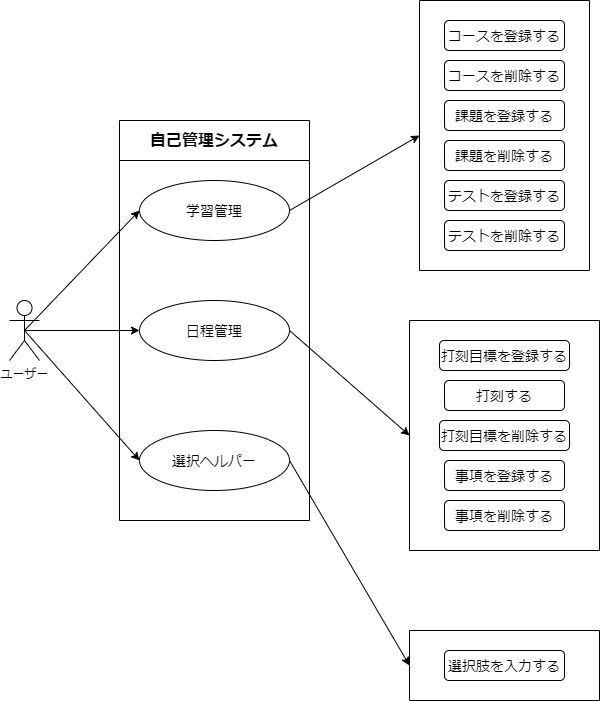
Above: Usecase.drawio.png in Hu-Hanxu/First-App-Self-Management- (draw.io), before the change. Source tidied: cells renumbered, new cells last; positions are measured from the earlier drawing's top-left corner, leaving out a move shared by most shapes.
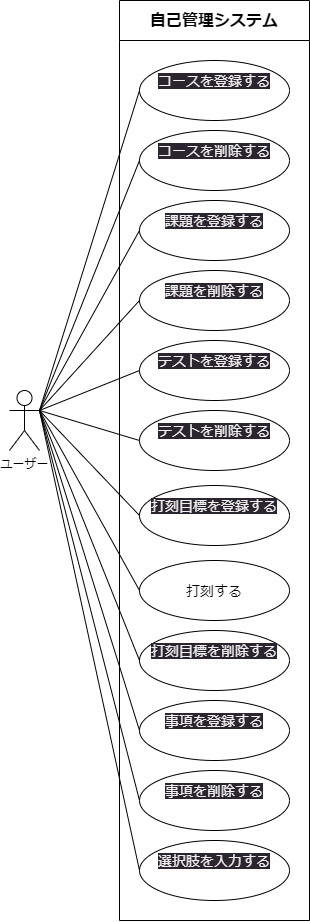
After the commit.

Commit message:
ユースケース図修正

What changed in the source:
```diff
@@ -2,83 +2,105 @@
   <root>
     <mxCell id="0" />
     <mxCell id="1" parent="0" />
-    <mxCell id="2" style="edgeStyle=none;html=1;exitX=0.5;exitY=0.5;exitDx=0;exitDy=0;exitPerimeter=0;entryX=0;entryY=0.5;entryDx=0;entryDy=0;fontSize=16;" parent="1" edge="1" source="5" target="7">
-      <mxGeometry relative="1" as="geometry" />
-    </mxCell>
-    <mxCell id="3" style="edgeStyle=none;html=1;exitX=0.5;exitY=0.5;exitDx=0;exitDy=0;exitPerimeter=0;entryX=0;entryY=0.5;entryDx=0;entryDy=0;fontSize=16;" parent="1" edge="1" source="5" target="8">
-      <mxGeometry relative="1" as="geometry" />
-    </mxCell>
-    <mxCell id="4" style="edgeStyle=none;html=1;exitX=0.5;exitY=0.5;exitDx=0;exitDy=0;exitPerimeter=0;entryX=0;entryY=0.5;entryDx=0;entryDy=0;fontSize=16;" parent="1" edge="1" source="5" target="9">
-      <mxGeometry relative="1" as="geometry" />
-    </mxCell>
     <mxCell id="5" value="ユーザー" style="shape=umlActor;verticalLabelPosition=bottom;verticalAlign=top;html=1;outlineConnect=0;" parent="1" vertex="1">
       <mxGeometry y="300" width="30" height="60" as="geometry" />
     </mxCell>
     <mxCell id="6" value="&lt;font style=&quot;font-size: 16px;&quot;&gt;自己管理システム&lt;/font&gt;" style="swimlane;whiteSpace=wrap;html=1;startSize=40;" parent="1" vertex="1">
-      <mxGeometry x="110" y="120" width="190" height="400" as="geometry" />
+      <mxGeometry x="110" y="-90" width="190" height="920" as="geometry" />
     </mxCell>
-    <mxCell id="7" value="&lt;font style=&quot;font-size: 14px;&quot;&gt;学習管理&lt;/font&gt;" style="ellipse;whiteSpace=wrap;html=1;fontSize=16;" parent="6" vertex="1">
+    <mxCell id="7" value="&#10;&lt;span style=&quot;color: rgb(240, 240, 240); font-family: Helvetica; font-size: 14px; font-style: normal; font-variant-ligatures: normal; font-variant-caps: normal; font-weight: 400; letter-spacing: normal; orphans: 2; text-align: center; text-indent: 0px; text-transform: none; widows: 2; word-spacing: 0px; -webkit-text-stroke-width: 0px; background-color: rgb(42, 37, 47); text-decoration-thickness: initial; text-decoration-style: initial; text-decoration-color: initial; float: none; display: inline !important;&quot;&gt;コースを登録する&lt;/span&gt;&#10;&#10;" style="ellipse;whiteSpace=wrap;html=1;fontSize=16;" parent="6" vertex="1">
       <mxGeometry x="20" y="60" width="150" height="60" as="geometry" />
     </mxCell>
-    <mxCell id="8" value="&lt;font style=&quot;font-size: 14px;&quot;&gt;日程管理&lt;/font&gt;" style="ellipse;whiteSpace=wrap;html=1;fontSize=16;" parent="6" vertex="1">
-      <mxGeometry x="20" y="180" width="150" height="60" as="geometry" />
+    <mxCell id="8" value="&#10;&lt;span style=&quot;color: rgb(240, 240, 240); font-family: Helvetica; font-size: 14px; font-style: normal; font-variant-ligatures: normal; font-variant-caps: normal; font-weight: 400; letter-spacing: normal; orphans: 2; text-align: center; text-indent: 0px; text-transform: none; widows: 2; word-spacing: 0px; -webkit-text-stroke-width: 0px; background-color: rgb(42, 37, 47); text-decoration-thickness: initial; text-decoration-style: initial; text-decoration-color: initial; float: none; display: inline !important;&quot;&gt;コースを削除する&lt;/span&gt;&#10;&#10;" style="ellipse;whiteSpace=wrap;html=1;fontSize=16;" parent="6" vertex="1">
+      <mxGeometry x="20" y="130" width="150" height="60" as="geometry" />
     </mxCell>
-    <mxCell id="9" value="&lt;font style=&quot;font-size: 14px;&quot;&gt;選択ヘルパー&lt;/font&gt;" style="ellipse;whiteSpace=wrap;html=1;fontSize=16;" parent="6" vertex="1">
-      <mxGeometry x="20" y="310" width="150" height="60" as="geometry" />
+    <mxCell id="9" value="&#10;&lt;span style=&quot;color: rgb(240, 240, 240); font-family: Helvetica; font-size: 14px; font-style: normal; font-variant-ligatures: normal; font-variant-caps: normal; font-weight: 400; letter-spacing: normal; orphans: 2; text-align: center; text-indent: 0px; text-transform: none; widows: 2; word-spacing: 0px; -webkit-text-stroke-width: 0px; background-color: rgb(42, 37, 47); text-decoration-thickness: initial; text-decoration-style: initial; text-decoration-color: initial; float: none; display: inline !important;&quot;&gt;課題を登録する&lt;/span&gt;&#10;&#10;" style="ellipse;whiteSpace=wrap;html=1;fontSize=16;" parent="6" vertex="1">
+      <mxGeometry x="20" y="200" width="150" height="60" as="geometry" />
     </mxCell>
-    <mxCell id="10" style="swimlane;startSize=0;fontSize=16;" parent="1" vertex="1">
-      <mxGeometry x="410" width="170" height="270" as="geometry" />
-    </mxCell>
-    <mxCell id="11" value="&lt;font style=&quot;font-size: 14px;&quot;&gt;コースを登録する&lt;/font&gt;" style="rounded=1;whiteSpace=wrap;html=1;fontSize=16;" parent="10" vertex="1">
-      <mxGeometry x="25" y="20" width="120" height="30" as="geometry" />
-    </mxCell>
-    <mxCell id="12" value="&lt;font style=&quot;font-size: 14px;&quot;&gt;コースを削除する&lt;/font&gt;" style="rounded=1;whiteSpace=wrap;html=1;fontSize=16;" parent="10" vertex="1">
-      <mxGeometry x="25" y="60" width="120" height="30" as="geometry" />
-    </mxCell>
-    <mxCell id="13" value="&lt;font style=&quot;font-size: 14px;&quot;&gt;課題を登録する&lt;/font&gt;" style="rounded=1;whiteSpace=wrap;html=1;fontSize=16;" parent="10" vertex="1">
-      <mxGeometry x="25" y="100" width="120" height="30" as="geometry" />
-    </mxCell>
-    <mxCell id="14" value="&lt;font style=&quot;font-size: 14px;&quot;&gt;課題を削除する&lt;/font&gt;" style="rounded=1;whiteSpace=wrap;html=1;fontSize=16;" parent="10" vertex="1">
-      <mxGeometry x="25" y="140" width="120" height="30" as="geometry" />
+    <mxCell id="14" value="&#10;&lt;span style=&quot;color: rgb(240, 240, 240); font-family: Helvetica; font-size: 14px; font-style: normal; font-variant-ligatures: normal; font-variant-caps: normal; font-weight: 400; letter-spacing: normal; orphans: 2; text-align: center; text-indent: 0px; text-transform: none; widows: 2; word-spacing: 0px; -webkit-text-stroke-width: 0px; background-color: rgb(42, 37, 47); text-decoration-thickness: initial; text-decoration-style: initial; text-decoration-color: initial; float: none; display: inline !important;&quot;&gt;課題を削除する&lt;/span&gt;&#10;&#10;" style="ellipse;whiteSpace=wrap;html=1;fontSize=16;" parent="6" vertex="1">
+      <mxGeometry x="20" y="270" width="150" height="60" as="geometry" />
     </mxCell>
-    <mxCell id="15" value="&lt;font style=&quot;font-size: 14px;&quot;&gt;テストを登録する&lt;/font&gt;" style="rounded=1;whiteSpace=wrap;html=1;fontSize=16;" parent="10" vertex="1">
-      <mxGeometry x="25" y="180" width="120" height="30" as="geometry" />
+    <mxCell id="15" value="&#10;&lt;span style=&quot;color: rgb(240, 240, 240); font-family: Helvetica; font-size: 14px; font-style: normal; font-variant-ligatures: normal; font-variant-caps: normal; font-weight: 400; letter-spacing: normal; orphans: 2; text-align: center; text-indent: 0px; text-transform: none; widows: 2; word-spacing: 0px; -webkit-text-stroke-width: 0px; background-color: rgb(42, 37, 47); text-decoration-thickness: initial; text-decoration-style: initial; text-decoration-color: initial; float: none; display: inline !important;&quot;&gt;テストを登録する&lt;/span&gt;&#10;&#10;" style="ellipse;whiteSpace=wrap;html=1;fontSize=16;" parent="6" vertex="1">
+      <mxGeometry x="20" y="340" width="150" height="60" as="geometry" />
     </mxCell>
-    <mxCell id="16" value="&lt;font style=&quot;font-size: 14px;&quot;&gt;テストを削除する&lt;/font&gt;" style="rounded=1;whiteSpace=wrap;html=1;fontSize=16;" parent="10" vertex="1">
-      <mxGeometry x="25" y="220" width="120" height="30" as="geometry" />
+    <mxCell id="16" value="&#10;&lt;span style=&quot;color: rgb(240, 240, 240); font-family: Helvetica; font-size: 14px; font-style: normal; font-variant-ligatures: normal; font-variant-caps: normal; font-weight: 400; letter-spacing: normal; orphans: 2; text-align: center; text-indent: 0px; text-transform: none; widows: 2; word-spacing: 0px; -webkit-text-stroke-width: 0px; background-color: rgb(42, 37, 47); text-decoration-thickness: initial; text-decoration-style: initial; text-decoration-color: initial; float: none; display: inline !important;&quot;&gt;テストを削除する&lt;/span&gt;&#10;&#10;" style="ellipse;whiteSpace=wrap;html=1;fontSize=16;" parent="6" vertex="1">
+      <mxGeometry x="20" y="410" width="150" height="60" as="geometry" />
     </mxCell>
-    <mxCell id="17" style="edgeStyle=none;html=1;exitX=1;exitY=0.5;exitDx=0;exitDy=0;entryX=0;entryY=0.5;entryDx=0;entryDy=0;fontSize=14;" parent="1" edge="1" source="7" target="10">
-      <mxGeometry relative="1" as="geometry" />
-    </mxCell>
-    <mxCell id="18" style="swimlane;startSize=0;fontSize=16;" parent="1" vertex="1">
-      <mxGeometry x="400" y="320" width="190" height="230" as="geometry" />
-    </mxCell>
-    <mxCell id="19" value="&lt;font style=&quot;font-size: 14px;&quot;&gt;打刻目標を登録する&lt;/font&gt;" style="rounded=1;whiteSpace=wrap;html=1;fontSize=16;" parent="18" vertex="1">
-      <mxGeometry x="30" y="20" width="130" height="30" as="geometry" />
+    <mxCell id="19" value="&#10;&lt;span style=&quot;color: rgb(240, 240, 240); font-family: Helvetica; font-size: 14px; font-style: normal; font-variant-ligatures: normal; font-variant-caps: normal; font-weight: 400; letter-spacing: normal; orphans: 2; text-align: center; text-indent: 0px; text-transform: none; widows: 2; word-spacing: 0px; -webkit-text-stroke-width: 0px; background-color: rgb(42, 37, 47); text-decoration-thickness: initial; text-decoration-style: initial; text-decoration-color: initial; float: none; display: inline !important;&quot;&gt;打刻目標を登録する&lt;/span&gt;&#10;&#10;" style="ellipse;whiteSpace=wrap;html=1;fontSize=16;" parent="6" vertex="1">
+      <mxGeometry x="20" y="485" width="150" height="60" as="geometry" />
     </mxCell>
-    <mxCell id="20" value="&lt;font style=&quot;font-size: 14px;&quot;&gt;打刻する&lt;/font&gt;" style="rounded=1;whiteSpace=wrap;html=1;fontSize=16;" parent="18" vertex="1">
-      <mxGeometry x="35" y="60" width="120" height="30" as="geometry" />
+    <mxCell id="20" value="&lt;span style=&quot;font-size: 14px;&quot;&gt;打刻する&lt;/span&gt;" style="ellipse;whiteSpace=wrap;html=1;fontSize=16;" parent="6" vertex="1">
+      <mxGeometry x="20" y="560" width="150" height="60" as="geometry" />
     </mxCell>
-    <mxCell id="21" value="&lt;font style=&quot;font-size: 14px;&quot;&gt;打刻目標を削除する&lt;/font&gt;" style="rounded=1;whiteSpace=wrap;html=1;fontSize=16;" parent="18" vertex="1">
-      <mxGeometry x="30" y="100" width="130" height="30" as="geometry" />
+    <mxCell id="21" value="&#10;&lt;span style=&quot;color: rgb(240, 240, 240); font-family: Helvetica; font-size: 14px; font-style: normal; font-variant-ligatures: normal; font-variant-caps: normal; font-weight: 400; letter-spacing: normal; orphans: 2; text-align: center; text-indent: 0px; text-transform: none; widows: 2; word-spacing: 0px; -webkit-text-stroke-width: 0px; background-color: rgb(42, 37, 47); text-decoration-thickness: initial; text-decoration-style: initial; text-decoration-color: initial; float: none; display: inline !important;&quot;&gt;打刻目標を削除する&lt;/span&gt;&#10;&#10;" style="ellipse;whiteSpace=wrap;html=1;fontSize=16;" parent="6" vertex="1">
+      <mxGeometry x="20" y="630" width="150" height="60" as="geometry" />
     </mxCell>
-    <mxCell id="22" value="&lt;font style=&quot;font-size: 14px;&quot;&gt;事項を登録する&lt;/font&gt;" style="rounded=1;whiteSpace=wrap;html=1;fontSize=16;" parent="18" vertex="1">
-      <mxGeometry x="35" y="140" width="120" height="30" as="geometry" />
+    <mxCell id="22" value="&#10;&lt;span style=&quot;color: rgb(240, 240, 240); font-family: Helvetica; font-size: 14px; font-style: normal; font-variant-ligatures: normal; font-variant-caps: normal; font-weight: 400; letter-spacing: normal; orphans: 2; text-align: center; text-indent: 0px; text-transform: none; widows: 2; word-spacing: 0px; -webkit-text-stroke-width: 0px; background-color: rgb(42, 37, 47); text-decoration-thickness: initial; text-decoration-style: initial; text-decoration-color: initial; float: none; display: inline !important;&quot;&gt;事項を登録する&lt;/span&gt;&#10;&#10;" style="ellipse;whiteSpace=wrap;html=1;fontSize=16;" parent="6" vertex="1">
+      <mxGeometry x="20" y="700" width="150" height="60" as="geometry" />
     </mxCell>
-    <mxCell id="23" value="&lt;font style=&quot;font-size: 14px;&quot;&gt;事項を削除する&lt;/font&gt;" style="rounded=1;whiteSpace=wrap;html=1;fontSize=16;" parent="18" vertex="1">
-      <mxGeometry x="35" y="180" width="120" height="30" as="geometry" />
+    <mxCell id="23" value="&#10;&lt;span style=&quot;color: rgb(240, 240, 240); font-family: Helvetica; font-size: 14px; font-style: normal; font-variant-ligatures: normal; font-variant-caps: normal; font-weight: 400; letter-spacing: normal; orphans: 2; text-align: center; text-indent: 0px; text-transform: none; widows: 2; word-spacing: 0px; -webkit-text-stroke-width: 0px; background-color: rgb(42, 37, 47); text-decoration-thickness: initial; text-decoration-style: initial; text-decoration-color: initial; float: none; display: inline !important;&quot;&gt;事項を削除する&lt;/span&gt;&#10;&#10;" style="ellipse;whiteSpace=wrap;html=1;fontSize=16;" parent="6" vertex="1">
+      <mxGeometry x="20" y="770" width="150" height="60" as="geometry" />
     </mxCell>
-    <mxCell id="24" style="edgeStyle=none;html=1;exitX=1;exitY=0.5;exitDx=0;exitDy=0;entryX=0;entryY=0.5;entryDx=0;entryDy=0;fontSize=14;" parent="1" edge="1" source="8" target="18">
-      <mxGeometry relative="1" as="geometry" />
-    </mxCell>
-    <mxCell id="25" style="swimlane;startSize=0;fontSize=16;" parent="1" vertex="1">
-      <mxGeometry x="400" y="630" width="190" height="70" as="geometry" />
-    </mxCell>
-    <mxCell id="26" value="&lt;span style=&quot;font-size: 14px;&quot;&gt;選択肢を入力する&lt;/span&gt;" style="rounded=1;whiteSpace=wrap;html=1;fontSize=16;" parent="25" vertex="1">
-      <mxGeometry x="35" y="20" width="120" height="30" as="geometry" />
+    <mxCell id="26" value="&#10;&lt;span style=&quot;color: rgb(240, 240, 240); font-family: Helvetica; font-size: 14px; font-style: normal; font-variant-ligatures: normal; font-variant-caps: normal; font-weight: 400; letter-spacing: normal; orphans: 2; text-align: center; text-indent: 0px; text-transform: none; widows: 2; word-spacing: 0px; -webkit-text-stroke-width: 0px; background-color: rgb(42, 37, 47); text-decoration-thickness: initial; text-decoration-style: initial; text-decoration-color: initial; float: none; display: inline !important;&quot;&gt;選択肢を入力する&lt;/span&gt;&#10;&#10;" style="ellipse;whiteSpace=wrap;html=1;fontSize=16;" parent="6" vertex="1">
+      <mxGeometry x="20" y="840" width="150" height="60" as="geometry" />
     </mxCell>
-    <mxCell id="27" style="edgeStyle=none;html=1;exitX=1;exitY=0.5;exitDx=0;exitDy=0;entryX=0;entryY=0.5;entryDx=0;entryDy=0;fontSize=14;" parent="1" edge="1" source="9" target="25">
-      <mxGeometry relative="1" as="geometry" />
-    </mxCell>
+    <mxCell id="28" style="endArrow=none;html=1;entryX=0;entryY=0.5;entryDx=0;entryDy=0;" parent="1" edge="1" target="7">
+      <mxGeometry relative="1" as="geometry">
+        <mxPoint x="30" y="320" as="sourcePoint" />
+      </mxGeometry>
+    </mxCell>
+    <mxCell id="29" style="endArrow=none;html=1;entryX=0;entryY=0.5;entryDx=0;entryDy=0;" parent="1" edge="1" target="8">
+      <mxGeometry relative="1" as="geometry">
+        <mxPoint x="30" y="320" as="sourcePoint" />
+      </mxGeometry>
+    </mxCell>
+    <mxCell id="4" style="endArrow=none;html=1;entryX=0;entryY=0.5;entryDx=0;entryDy=0;exitX=1;exitY=0.3333333333333333;exitDx=0;exitDy=0;exitPerimeter=0;" parent="1" edge="1" source="5" target="9">
+      <mxGeometry relative="1" as="geometry" />
+    </mxCell>
+    <mxCell id="30" style="endArrow=none;html=1;entryX=0;entryY=0.5;entryDx=0;entryDy=0;" parent="1" edge="1" target="14">
+      <mxGeometry relative="1" as="geometry">
+        <mxPoint x="30" y="320" as="sourcePoint" />
+      </mxGeometry>
+    </mxCell>
+    <mxCell id="31" style="endArrow=none;html=1;entryX=0;entryY=0.5;entryDx=0;entryDy=0;" parent="1" edge="1" target="15">
+      <mxGeometry relative="1" as="geometry">
+        <mxPoint x="30" y="320" as="sourcePoint" />
+      </mxGeometry>
+    </mxCell>
+    <mxCell id="32" style="endArrow=none;html=1;entryX=0;entryY=0.5;entryDx=0;entryDy=0;" parent="1" edge="1" target="16">
+      <mxGeometry relative="1" as="geometry">
+        <mxPoint x="30" y="320" as="sourcePoint" />
+      </mxGeometry>
+    </mxCell>
+    <mxCell id="33" style="endArrow=none;html=1;entryX=0;entryY=0.5;entryDx=0;entryDy=0;" parent="1" edge="1" target="19">
+      <mxGeometry relative="1" as="geometry">
+        <mxPoint x="30" y="320" as="sourcePoint" />
+      </mxGeometry>
+    </mxCell>
+    <mxCell id="34" style="endArrow=none;html=1;entryX=0;entryY=0.5;entryDx=0;entryDy=0;" parent="1" edge="1" target="20">
+      <mxGeometry relative="1" as="geometry">
+        <mxPoint x="30" y="320" as="sourcePoint" />
+      </mxGeometry>
+    </mxCell>
+    <mxCell id="35" style="endArrow=none;html=1;entryX=0;entryY=0.5;entryDx=0;entryDy=0;" parent="1" edge="1" target="21">
+      <mxGeometry relative="1" as="geometry">
+        <mxPoint x="30" y="320" as="sourcePoint" />
+      </mxGeometry>
+    </mxCell>
+    <mxCell id="36" style="endArrow=none;html=1;entryX=0;entryY=0.5;entryDx=0;entryDy=0;" parent="1" edge="1" target="22">
+      <mxGeometry relative="1" as="geometry">
+        <mxPoint x="30" y="320" as="sourcePoint" />
+      </mxGeometry>
+    </mxCell>
+    <mxCell id="37" style="endArrow=none;html=1;entryX=0;entryY=0.5;entryDx=0;entryDy=0;" parent="1" edge="1" target="23">
+      <mxGeometry relative="1" as="geometry">
+        <mxPoint x="30" y="320" as="sourcePoint" />
+      </mxGeometry>
+    </mxCell>
+    <mxCell id="38" style="endArrow=none;html=1;entryX=0;entryY=0.5;entryDx=0;entryDy=0;" parent="1" edge="1" target="26">
+      <mxGeometry relative="1" as="geometry">
+        <mxPoint x="30" y="320" as="sourcePoint" />
+      </mxGeometry>
+    </mxCell>
   </root>
 </mxGraphModel>
```
